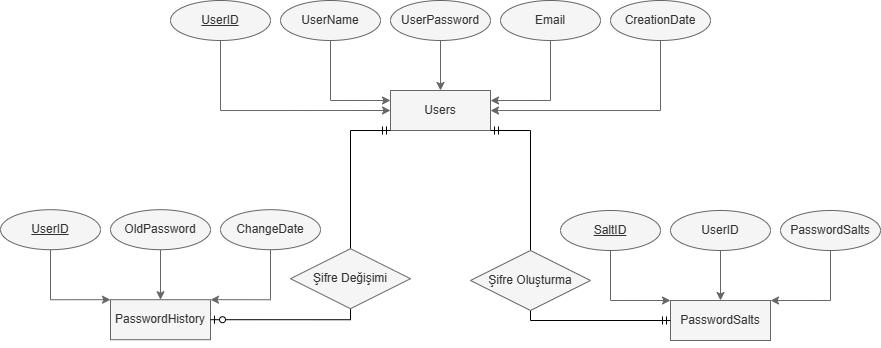
Dot0exe/University keeps this draw.io diagram as BIL106.1 Veri Tabanı ve SQL Dilleri/PasswordDB_ConceptualModel.png. Above is the earlier version. Source tidied: cells renumbered, new cells last; positions are measured from the earlier drawing's top-left corner, leaving out a move shared by most shapes.
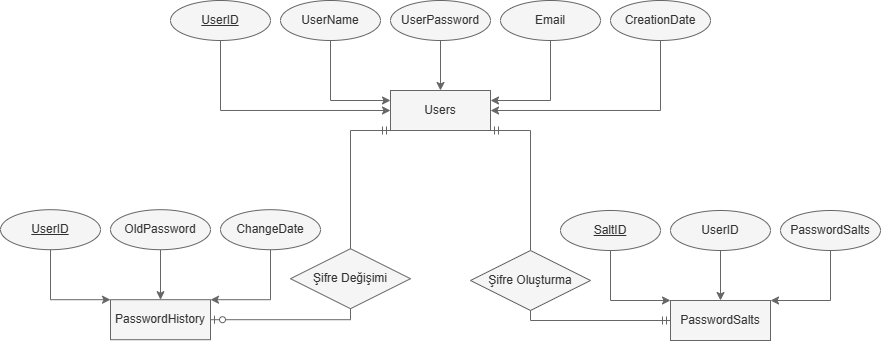
After the change.

What changed in the source:
```diff
@@ -107,7 +107,7 @@
         </Array>
       </mxGeometry>
     </mxCell>
-    <mxCell id="28" style="edgeStyle=orthogonalEdgeStyle;fontSize=12;html=1;endArrow=ERzeroToOne;startArrow=ERmandOne;rounded=0;exitX=0;exitY=1;exitDx=0;exitDy=0;entryX=1;entryY=0.5;entryDx=0;entryDy=0;" parent="1" edge="1" source="4" target="3">
+    <mxCell id="28" style="edgeStyle=orthogonalEdgeStyle;fontSize=12;html=1;endArrow=ERzeroToOne;startArrow=ERmandOne;rounded=0;exitX=0;exitY=1;exitDx=0;exitDy=0;entryX=1;entryY=0.5;entryDx=0;entryDy=0;fillColor=#f5f5f5;strokeColor=#666666;" parent="1" edge="1" source="4" target="3">
       <mxGeometry relative="1" as="geometry">
         <Array as="points">
           <mxPoint x="350" y="130" />
@@ -118,7 +118,7 @@
     <mxCell id="29" value="Şifre Değişimi" style="shape=rhombus;perimeter=rhombusPerimeter;whiteSpace=wrap;html=1;align=center;labelBackgroundColor=none;labelBorderColor=none;fillColor=#f5f5f5;fontColor=#333333;strokeColor=#666666;" parent="1" vertex="1">
       <mxGeometry x="290" y="248.2" width="120" height="60" as="geometry" />
     </mxCell>
-    <mxCell id="30" style="edgeStyle=elbowEdgeStyle;fontSize=12;html=1;endArrow=ERmandOne;startArrow=ERmandOne;rounded=0;exitX=0;exitY=0.5;exitDx=0;exitDy=0;entryX=1;entryY=1;entryDx=0;entryDy=0;" parent="1" edge="1" source="2" target="4">
+    <mxCell id="30" style="edgeStyle=elbowEdgeStyle;fontSize=12;html=1;endArrow=ERmandOne;startArrow=ERmandOne;rounded=0;exitX=0;exitY=0.5;exitDx=0;exitDy=0;entryX=1;entryY=1;entryDx=0;entryDy=0;fillColor=#f5f5f5;strokeColor=#666666;" parent="1" edge="1" source="2" target="4">
       <mxGeometry relative="1" as="geometry">
         <Array as="points">
           <mxPoint x="530" y="220" />
```
